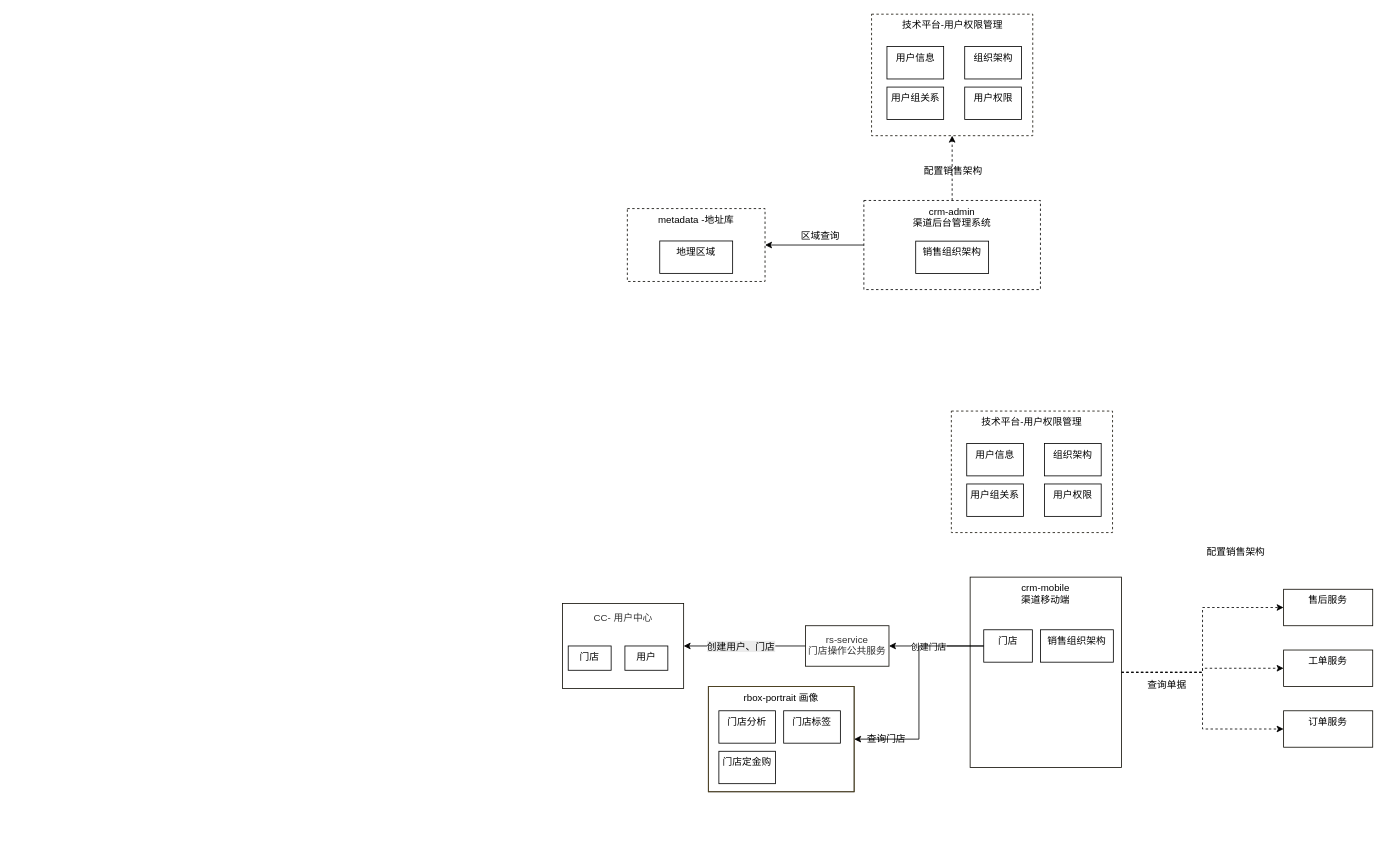
Before: 未命名绘图.drawio in shixiaoding/draw, a draw.io diagram. Source tidied: cells renumbered, new cells numbered last; positions are measured from the earlier drawing's top-left corner, leaving out a move shared by most shapes. Both pictures are drawn from the tidied source at 81%, with x=0, y=0 at pixel (562, 14).
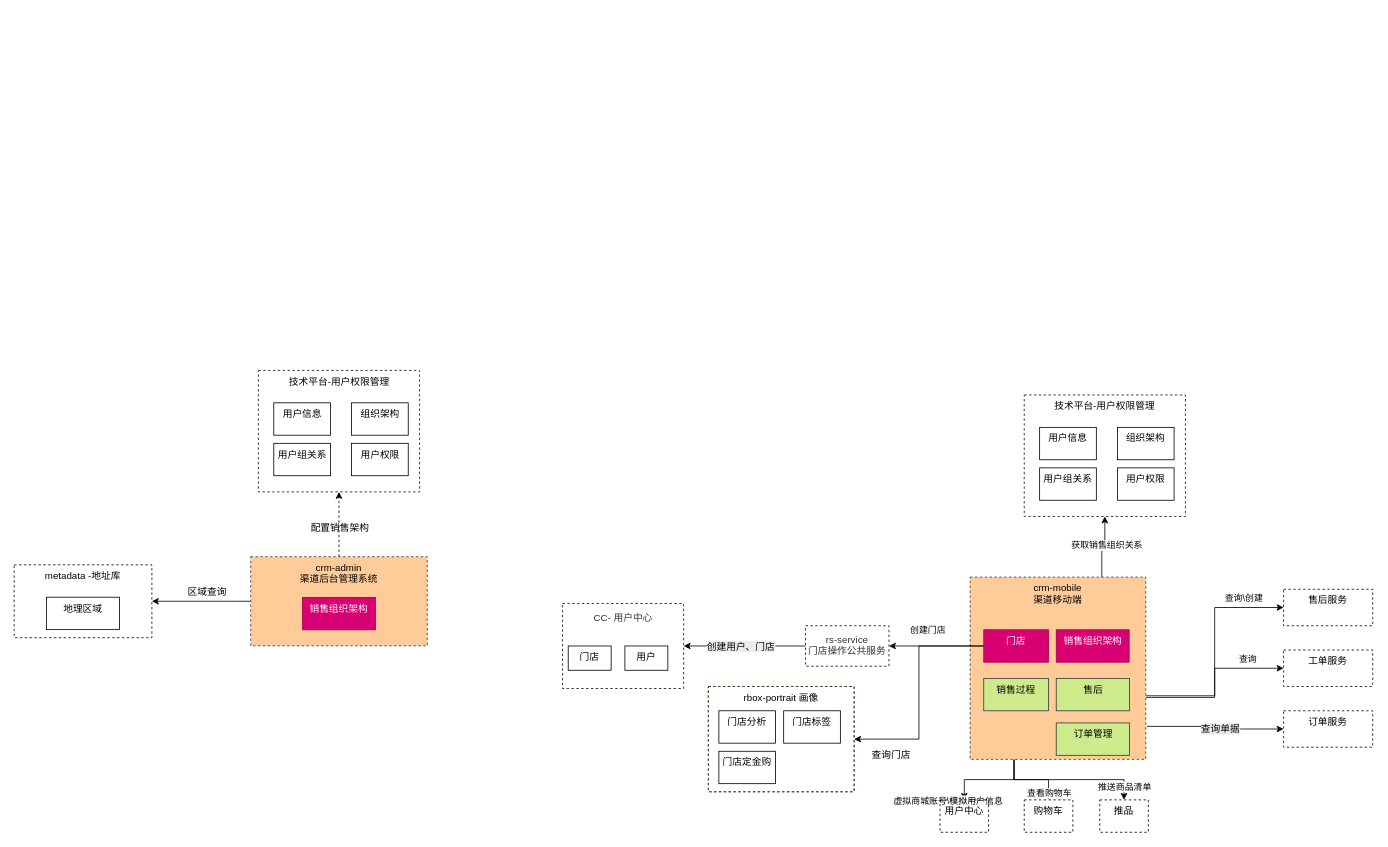
After the change.

Commit message (it also covers changes not shown here):
更新未命名绘图.drawio

Unchanged cells that the change refers to:
```xml
<mxCell id="34" style="edgeStyle=orthogonalEdgeStyle;rounded=0;jettySize=auto;html=1;" parent="1" edge="1" source="37" target="24">
  <mxGeometry relative="1" as="geometry" />
</mxCell>
<mxCell id="44" value="技术平台-用户权限管理" style="rounded=0;whiteSpace=wrap;html=1;labelBackgroundColor=none;fillColor=none;strokeColor=#171309;verticalAlign=top;dashed=1;align=center;fontFamily=Helvetica;fontSize=12;fontColor=default;gradientColor=none;" parent="43" vertex="1">
  <mxGeometry width="199" height="150" as="geometry" />
</mxCell>
```

Change to the diagram source:
```diff
@@
-    <mxCell id="6" value="crm-admin &lt;br&gt;渠道后台管理系统" style="rounded=0;whiteSpace=wrap;html=1;labelBackgroundColor=none;fillColor=none;strokeColor=default;align=center;verticalAlign=top;fontFamily=Helvetica;fontSize=12;fontColor=default;dashed=1;gradientColor=none;" parent="1" vertex="1">
-      <mxGeometry x="372" y="230" width="218" height="110" as="geometry" />
+    <mxCell id="6" value="crm-admin &lt;br&gt;渠道后台管理系统" style="rounded=0;whiteSpace=wrap;html=1;labelBackgroundColor=none;fillColor=#ffcc99;strokeColor=#36393d;align=center;verticalAlign=top;fontFamily=Helvetica;fontSize=12;dashed=1;" parent="1" vertex="1">
+      <mxGeometry x="-385" y="669.8" width="218" height="110" as="geometry" />
     </mxCell>
     <mxCell id="7" style="group;align=center;verticalAlign=top;fontFamily=Helvetica;fontSize=12;fontColor=default;fillColor=none;gradientColor=none;" parent="1" vertex="1">
-      <mxGeometry x="381.5" width="199" height="150" as="geometry" />
+      <mxGeometry x="-375.5" y="439.8" width="199" height="150" as="geometry" />
     </mxCell>
@@
-    <mxCell id="13" value="销售组织架构" style="rounded=0;whiteSpace=wrap;html=1;align=center;verticalAlign=top;fontFamily=Helvetica;fontSize=12;fontColor=default;fillColor=none;gradientColor=none;" parent="1" vertex="1">
-      <mxGeometry x="436" y="280.2" width="90" height="40" as="geometry" />
+    <mxCell id="13" value="销售组织架构" style="rounded=0;whiteSpace=wrap;html=1;align=center;verticalAlign=top;fontFamily=Helvetica;fontSize=12;fontColor=#ffffff;fillColor=#d80073;strokeColor=#A50040;" parent="1" vertex="1">
+      <mxGeometry x="-321" y="720" width="90" height="40" as="geometry" />
     </mxCell>
     <mxCell id="14" style="group;align=center;verticalAlign=top;fontFamily=Helvetica;fontSize=12;fontColor=default;fillColor=none;gradientColor=none;" parent="1" vertex="1">
-      <mxGeometry x="80" y="240" width="170" height="90" as="geometry" />
+      <mxGeometry x="-677" y="679.8" width="170" height="90" as="geometry" />
     </mxCell>
@@
-    <mxCell id="17" style="edgeStyle=orthogonalEdgeStyle;rounded=0;jettySize=auto;html=1;entryX=0;entryY=0.5;entryDx=0;entryDy=0;strokeColor=#000000;align=center;verticalAlign=top;fontFamily=Helvetica;fontSize=12;fontColor=default;labelBackgroundColor=none;endArrow=classic;fillColor=none;gradientColor=none;dashed=1;" parent="1" edge="1" source="21" target="26">
+    <mxCell id="17" style="edgeStyle=orthogonalEdgeStyle;rounded=0;jettySize=auto;html=1;entryX=0;entryY=0.5;entryDx=0;entryDy=0;strokeColor=#000000;align=center;verticalAlign=top;fontFamily=Helvetica;fontSize=12;fontColor=default;labelBackgroundColor=none;endArrow=classic;fillColor=none;gradientColor=none;exitX=1.002;exitY=0.66;exitDx=0;exitDy=0;exitPerimeter=0;" parent="1" edge="1" source="21" target="26">
       <mxGeometry relative="1" as="geometry" />
     </mxCell>
+    <mxCell id="49" value="查询\创建" style="edgeLabel;html=1;align=center;verticalAlign=middle;" parent="17" vertex="1">
+      <mxGeometry x="0.43" y="4" relative="1" as="geometry">
+        <mxPoint x="30" y="-8" as="offset" />
+      </mxGeometry>
+    </mxCell>
-    <mxCell id="18" style="edgeStyle=orthogonalEdgeStyle;rounded=0;jettySize=auto;html=1;strokeColor=#000000;align=center;verticalAlign=top;fontFamily=Helvetica;fontSize=12;fontColor=default;labelBackgroundColor=none;endArrow=classic;fillColor=none;gradientColor=none;dashed=1;" parent="1" edge="1" source="21" target="27">
+    <mxCell id="18" style="edgeStyle=orthogonalEdgeStyle;rounded=0;jettySize=auto;html=1;strokeColor=#000000;align=center;verticalAlign=top;fontFamily=Helvetica;fontSize=12;fontColor=default;labelBackgroundColor=none;endArrow=classic;fillColor=none;gradientColor=none;exitX=1.002;exitY=0.651;exitDx=0;exitDy=0;exitPerimeter=0;" parent="1" edge="1" source="21" target="27">
       <mxGeometry relative="1" as="geometry" />
     </mxCell>
+    <mxCell id="50" value="查询" style="edgeLabel;html=1;align=center;verticalAlign=middle;" parent="18" vertex="1">
+      <mxGeometry x="0.56" y="-3" relative="1" as="geometry">
+        <mxPoint y="-15" as="offset" />
+      </mxGeometry>
+    </mxCell>
-    <mxCell id="19" style="edgeStyle=orthogonalEdgeStyle;rounded=0;jettySize=auto;html=1;entryX=0;entryY=0.5;entryDx=0;entryDy=0;strokeColor=#000000;align=center;verticalAlign=top;fontFamily=Helvetica;fontSize=12;fontColor=default;labelBackgroundColor=none;endArrow=classic;fillColor=none;gradientColor=none;dashed=1;" parent="1" edge="1" source="21" target="28">
+    <mxCell id="19" style="edgeStyle=orthogonalEdgeStyle;rounded=0;jettySize=auto;html=1;entryX=0;entryY=0.5;entryDx=0;entryDy=0;strokeColor=#000000;align=center;verticalAlign=top;fontFamily=Helvetica;fontSize=12;fontColor=default;labelBackgroundColor=none;endArrow=classic;fillColor=none;gradientColor=none;exitX=1.007;exitY=0.819;exitDx=0;exitDy=0;exitPerimeter=0;" parent="1" edge="1" source="21" target="28">
       <mxGeometry relative="1" as="geometry" />
     </mxCell>
-    <mxCell id="20" value="查询单据" style="edgeLabel;html=1;align=center;verticalAlign=top;rounded=0;strokeColor=#000000;fontFamily=Helvetica;fontSize=12;fontColor=default;labelBackgroundColor=none;fillColor=none;gradientColor=none;dashed=1;" parent="19" vertex="1">
+    <mxCell id="20" style="edgeLabel;html=1;align=center;verticalAlign=top;rounded=0;strokeColor=#000000;fontFamily=Helvetica;fontSize=12;fontColor=default;labelBackgroundColor=none;fillColor=none;gradientColor=none;dashed=1;" parent="19" vertex="1">
       <mxGeometry x="-0.59" y="-1" relative="1" as="geometry">
-        <mxPoint y="1" as="offset" />
+        <mxPoint x="66" y="7" as="offset" />
       </mxGeometry>
     </mxCell>
+    <mxCell id="51" value="&lt;span style=&quot;font-size: 12px; background-color: rgb(236, 236, 236);&quot;&gt;查询单据&lt;/span&gt;" style="edgeLabel;html=1;align=center;verticalAlign=middle;" parent="19" vertex="1">
+      <mxGeometry x="0.08" relative="1" as="geometry" />
+    </mxCell>
+    <mxCell id="52" style="edgeStyle=orthogonalEdgeStyle;rounded=0;jettySize=auto;html=1;exitX=0.75;exitY=0;exitDx=0;exitDy=0;entryX=0.5;entryY=1;entryDx=0;entryDy=0;" parent="1" edge="1" source="21" target="44">
+      <mxGeometry relative="1" as="geometry" />
+    </mxCell>
+    <mxCell id="53" value="获取销售组织关系" style="edgeLabel;html=1;align=center;verticalAlign=middle;" parent="52" vertex="1">
+      <mxGeometry x="0.1" y="-2" relative="1" as="geometry" />
+    </mxCell>
+    <mxCell id="54" style="edgeStyle=orthogonalEdgeStyle;rounded=0;jettySize=auto;html=1;exitX=0.25;exitY=1;exitDx=0;exitDy=0;entryX=0.5;entryY=0;entryDx=0;entryDy=0;" parent="1" edge="1" source="21" target="64">
+      <mxGeometry relative="1" as="geometry" />
+    </mxCell>
+    <mxCell id="55" value="虚拟商城账号\模拟用户信息" style="edgeLabel;html=1;align=center;verticalAlign=middle;" parent="54" vertex="1">
+      <mxGeometry x="-0.27" y="1" relative="1" as="geometry">
+        <mxPoint x="-66" y="24" as="offset" />
+      </mxGeometry>
+    </mxCell>
+    <mxCell id="56" style="edgeStyle=orthogonalEdgeStyle;rounded=0;jettySize=auto;html=1;exitX=0.25;exitY=1;exitDx=0;exitDy=0;entryX=0.5;entryY=0;entryDx=0;entryDy=0;" parent="1" edge="1" source="21" target="61">
+      <mxGeometry relative="1" as="geometry" />
+    </mxCell>
+    <mxCell id="57" value="查看购物车" style="edgeLabel;html=1;align=center;verticalAlign=middle;" parent="56" vertex="1">
+      <mxGeometry x="0.57" y="-3" relative="1" as="geometry">
+        <mxPoint x="3" y="11" as="offset" />
+      </mxGeometry>
+    </mxCell>
+    <mxCell id="58" style="edgeStyle=orthogonalEdgeStyle;rounded=0;jettySize=auto;html=1;exitX=0.25;exitY=1;exitDx=0;exitDy=0;" parent="1" edge="1" source="21" target="62">
+      <mxGeometry relative="1" as="geometry" />
+    </mxCell>
+    <mxCell id="59" value="推送商品清单" style="edgeLabel;html=1;align=center;verticalAlign=middle;" parent="58" vertex="1">
+      <mxGeometry x="0.82" relative="1" as="geometry" />
+    </mxCell>
-    <mxCell id="21" value="crm-mobile&lt;br&gt;渠道移动端" style="rounded=0;whiteSpace=wrap;html=1;labelBackgroundColor=none;fillColor=none;strokeColor=#0F0D06;align=center;verticalAlign=top;fontFamily=Helvetica;fontSize=12;fontColor=default;gradientColor=none;" parent="1" vertex="1">
-      <mxGeometry x="503.2" y="695" width="186.8" height="235" as="geometry" />
+    <mxCell id="21" value="crm-mobile&lt;br&gt;渠道移动端" style="rounded=0;whiteSpace=wrap;html=1;labelBackgroundColor=none;align=center;verticalAlign=top;fontFamily=Helvetica;fontSize=12;dashed=1;fillColor=#ffcc99;strokeColor=#36393d;" parent="1" vertex="1">
+      <mxGeometry x="503.2" y="695" width="216.8" height="225" as="geometry" />
     </mxCell>
@@
-    <mxCell id="24" value="&lt;div style=&quot;&quot;&gt;&lt;/div&gt;&lt;div style=&quot;&quot; class=&quot;document&quot;&gt;&lt;div class=&quot;section&quot;&gt;&lt;p style=&quot;margin: 3pt 0pt; font-family: 等线;&quot; class=&quot;paragraph text-align-type-left&quot;&gt;&lt;font color=&quot;#333333&quot;&gt;&lt;span&gt;rs-service &lt;br&gt;门店操作公共服务&lt;/span&gt;&lt;/font&gt;&lt;/p&gt;&lt;/div&gt;&lt;/div&gt;" style="rounded=0;whiteSpace=wrap;html=1;labelBackgroundColor=none;fillColor=none;strokeColor=#0F0D06;fontSize=12;align=center;verticalAlign=top;fontFamily=Helvetica;fontColor=default;gradientColor=none;" parent="1" vertex="1">
+    <mxCell id="24" value="&lt;div style=&quot;&quot;&gt;&lt;/div&gt;&lt;div style=&quot;&quot; class=&quot;document&quot;&gt;&lt;div class=&quot;section&quot;&gt;&lt;p style=&quot;margin: 3pt 0pt; font-family: 等线;&quot; class=&quot;paragraph text-align-type-left&quot;&gt;&lt;font color=&quot;#333333&quot;&gt;&lt;span&gt;rs-service &lt;br&gt;门店操作公共服务&lt;/span&gt;&lt;/font&gt;&lt;/p&gt;&lt;/div&gt;&lt;/div&gt;" style="rounded=0;whiteSpace=wrap;html=1;labelBackgroundColor=none;fillColor=none;strokeColor=#0F0D06;fontSize=12;align=center;verticalAlign=top;fontFamily=Helvetica;fontColor=default;gradientColor=none;dashed=1;" parent="1" vertex="1">
       <mxGeometry x="300" y="755" width="103" height="50" as="geometry" />
     </mxCell>
-    <mxCell id="25" value="&lt;div style=&quot;&quot;&gt;&lt;/div&gt;&lt;div style=&quot;&quot; class=&quot;document&quot;&gt;&lt;div class=&quot;section&quot;&gt;&lt;p style=&quot;margin: 3pt 0pt; font-family: 等线;&quot; class=&quot;paragraph text-align-type-left&quot;&gt;&lt;font color=&quot;#333333&quot;&gt;&lt;span&gt;CC-&amp;nbsp;&lt;/span&gt;&lt;/font&gt;&lt;span style=&quot;color: light-dark(rgb(51, 51, 51), rgb(193, 193, 193)); background-color: transparent;&quot;&gt;用户中心&lt;/span&gt;&lt;/p&gt;&lt;/div&gt;&lt;/div&gt;" style="rounded=0;whiteSpace=wrap;html=1;labelBackgroundColor=none;fillColor=none;strokeColor=#0F0D06;fontSize=12;align=center;verticalAlign=top;fontFamily=Helvetica;fontColor=default;gradientColor=none;" parent="1" vertex="1">
+    <mxCell id="25" value="&lt;div style=&quot;&quot;&gt;&lt;/div&gt;&lt;div style=&quot;&quot; class=&quot;document&quot;&gt;&lt;div class=&quot;section&quot;&gt;&lt;p style=&quot;margin: 3pt 0pt; font-family: 等线;&quot; class=&quot;paragraph text-align-type-left&quot;&gt;&lt;font color=&quot;#333333&quot;&gt;&lt;span&gt;CC-&amp;nbsp;&lt;/span&gt;&lt;/font&gt;&lt;span style=&quot;color: light-dark(rgb(51, 51, 51), rgb(193, 193, 193)); background-color: transparent;&quot;&gt;用户中心&lt;/span&gt;&lt;/p&gt;&lt;/div&gt;&lt;/div&gt;" style="rounded=0;whiteSpace=wrap;html=1;labelBackgroundColor=none;fillColor=none;strokeColor=#0F0D06;fontSize=12;align=center;verticalAlign=top;fontFamily=Helvetica;fontColor=default;gradientColor=none;dashed=1;" parent="1" vertex="1">
       <mxGeometry y="727.5" width="149.5" height="105" as="geometry" />
     </mxCell>
-    <mxCell id="26" value="售后服务" style="rounded=0;whiteSpace=wrap;html=1;labelBackgroundColor=none;fillColor=none;strokeColor=#0F0D06;align=center;verticalAlign=top;fontFamily=Helvetica;fontSize=12;fontColor=default;gradientColor=none;" parent="1" vertex="1">
+    <mxCell id="26" value="售后服务" style="rounded=0;whiteSpace=wrap;html=1;labelBackgroundColor=none;fillColor=none;strokeColor=#0F0D06;align=center;verticalAlign=top;fontFamily=Helvetica;fontSize=12;fontColor=default;gradientColor=none;dashed=1;" parent="1" vertex="1">
       <mxGeometry x="890.2" y="710" width="110" height="45" as="geometry" />
     </mxCell>
-    <mxCell id="27" value="工单服务" style="rounded=0;whiteSpace=wrap;html=1;labelBackgroundColor=none;fillColor=none;strokeColor=#0F0D06;align=center;verticalAlign=top;fontFamily=Helvetica;fontSize=12;fontColor=default;gradientColor=none;" parent="1" vertex="1">
+    <mxCell id="27" value="工单服务" style="rounded=0;whiteSpace=wrap;html=1;labelBackgroundColor=none;fillColor=none;strokeColor=#0F0D06;align=center;verticalAlign=top;fontFamily=Helvetica;fontSize=12;fontColor=default;gradientColor=none;dashed=1;" parent="1" vertex="1">
       <mxGeometry x="890.2" y="785" width="110" height="45" as="geometry" />
     </mxCell>
-    <mxCell id="28" value="订单服务" style="rounded=0;whiteSpace=wrap;html=1;labelBackgroundColor=none;fillColor=none;strokeColor=#0F0D06;align=center;verticalAlign=top;fontFamily=Helvetica;fontSize=12;fontColor=default;gradientColor=none;" parent="1" vertex="1">
+    <mxCell id="28" value="订单服务" style="rounded=0;whiteSpace=wrap;html=1;labelBackgroundColor=none;fillColor=none;strokeColor=#0F0D06;align=center;verticalAlign=top;fontFamily=Helvetica;fontSize=12;fontColor=default;gradientColor=none;dashed=1;" parent="1" vertex="1">
       <mxGeometry x="890.2" y="860" width="110" height="45" as="geometry" />
     </mxCell>
-    <mxCell id="29" style="group;align=center;verticalAlign=top;fontFamily=Helvetica;fontSize=12;fontColor=default;fillColor=none;gradientColor=none;strokeColor=#0F0D06;" parent="1" vertex="1">
+    <mxCell id="29" style="group;align=center;verticalAlign=top;fontFamily=Helvetica;fontSize=12;fontColor=default;fillColor=none;gradientColor=none;strokeColor=#0F0D06;dashed=1;" parent="1" vertex="1">
       <mxGeometry x="180" y="830" width="180" height="130" as="geometry" />
     </mxCell>
-    <mxCell id="30" value="rbox-portrait 画像" style="rounded=0;whiteSpace=wrap;html=1;labelBackgroundColor=none;fillColor=none;strokeColor=#524521;align=center;verticalAlign=top;fontFamily=Helvetica;fontSize=12;fontColor=default;gradientColor=none;" parent="29" vertex="1">
+    <mxCell id="30" value="rbox-portrait 画像" style="rounded=0;whiteSpace=wrap;html=1;labelBackgroundColor=none;fillColor=none;strokeColor=#524521;align=center;verticalAlign=top;fontFamily=Helvetica;fontSize=12;fontColor=default;gradientColor=none;dashed=1;" parent="29" vertex="1">
       <mxGeometry width="180" height="130" as="geometry" />
     </mxCell>
@@
     <mxCell id="35" value="创建门店" style="edgeLabel;html=1;align=center;verticalAlign=middle;" parent="34" vertex="1">
-      <mxGeometry x="0.18" y="1" relative="1" as="geometry" />
+      <mxGeometry x="0.18" y="1" relative="1" as="geometry">
+        <mxPoint x="-1" y="-21" as="offset" />
+      </mxGeometry>
     </mxCell>
@@
-    <mxCell id="37" value="门店" style="rounded=0;whiteSpace=wrap;html=1;align=center;verticalAlign=top;fontFamily=Helvetica;fontSize=12;fontColor=default;fillColor=none;gradientColor=none;" parent="1" vertex="1">
-      <mxGeometry x="520" y="760" width="60" height="40" as="geometry" />
+    <mxCell id="37" value="门店" style="rounded=0;whiteSpace=wrap;html=1;align=center;verticalAlign=top;fontFamily=Helvetica;fontSize=12;fontColor=#ffffff;fillColor=#d80073;strokeColor=#A50040;" parent="1" vertex="1">
+      <mxGeometry x="520" y="760" width="80" height="40" as="geometry" />
     </mxCell>
-    <mxCell id="38" value="销售组织架构" style="rounded=0;whiteSpace=wrap;html=1;align=center;verticalAlign=top;fontFamily=Helvetica;fontSize=12;fontColor=default;fillColor=none;gradientColor=none;" parent="1" vertex="1">
-      <mxGeometry x="590" y="760" width="90" height="40" as="geometry" />
+    <mxCell id="38" value="销售组织架构" style="rounded=0;whiteSpace=wrap;html=1;align=center;verticalAlign=top;fontFamily=Helvetica;fontSize=12;fontColor=#ffffff;fillColor=#d80073;strokeColor=#A50040;" parent="1" vertex="1">
+      <mxGeometry x="609.5" y="760" width="90" height="40" as="geometry" />
     </mxCell>
     <mxCell id="39" value="查询门店" style="text;html=1;align=center;verticalAlign=middle;whiteSpace=wrap;rounded=0;" parent="1" vertex="1">
-      <mxGeometry x="370" y="880" width="60" height="30" as="geometry" />
+      <mxGeometry x="376" y="900" width="60" height="30" as="geometry" />
     </mxCell>
@@
-    <mxCell id="42" value="配置销售架构" style="edgeLabel;html=1;align=center;verticalAlign=top;rounded=0;strokeColor=#EBC75E;fontFamily=Helvetica;fontSize=12;fontColor=default;labelBackgroundColor=none;fillColor=none;gradientColor=none;" parent="1" vertex="1">
-      <mxGeometry x="830" y="650" as="geometry" />
-    </mxCell>
     <mxCell id="43" style="group;align=center;verticalAlign=top;fontFamily=Helvetica;fontSize=12;fontColor=default;fillColor=none;gradientColor=none;" parent="1" vertex="1">
-      <mxGeometry x="480" y="490" width="199" height="150" as="geometry" />
+      <mxGeometry x="570" y="470.1" width="199" height="150" as="geometry" />
     </mxCell>
@@
+    <mxCell id="60" value="销售过程" style="rounded=0;whiteSpace=wrap;html=1;align=center;verticalAlign=top;fontFamily=Helvetica;fontSize=12;fillColor=#cdeb8b;strokeColor=#36393d;" parent="1" vertex="1">
+      <mxGeometry x="520" y="820" width="80" height="40" as="geometry" />
+    </mxCell>
+    <mxCell id="61" value="购物车" style="rounded=0;whiteSpace=wrap;html=1;align=center;verticalAlign=top;fontFamily=Helvetica;fontSize=12;fontColor=default;fillColor=none;gradientColor=none;dashed=1;" parent="1" vertex="1">
+      <mxGeometry x="570" y="970" width="60" height="40" as="geometry" />
+    </mxCell>
+    <mxCell id="62" value="推品" style="rounded=0;whiteSpace=wrap;html=1;align=center;verticalAlign=top;fontFamily=Helvetica;fontSize=12;fontColor=default;fillColor=none;gradientColor=none;dashed=1;" parent="1" vertex="1">
+      <mxGeometry x="663.2" y="970" width="60" height="40" as="geometry" />
+    </mxCell>
+    <mxCell id="63" value="售后" style="rounded=0;whiteSpace=wrap;html=1;align=center;verticalAlign=top;fontFamily=Helvetica;fontSize=12;fillColor=#cdeb8b;strokeColor=#36393d;" parent="1" vertex="1">
+      <mxGeometry x="609.5" y="820" width="90.5" height="40" as="geometry" />
+    </mxCell>
+    <mxCell id="64" value="用户中心" style="rounded=0;whiteSpace=wrap;html=1;align=center;verticalAlign=top;fontFamily=Helvetica;fontSize=12;fontColor=default;fillColor=none;gradientColor=none;dashed=1;" parent="1" vertex="1">
+      <mxGeometry x="466" y="970" width="60" height="40" as="geometry" />
+    </mxCell>
+    <mxCell id="65" value="订单管理" style="rounded=0;whiteSpace=wrap;html=1;align=center;verticalAlign=top;fontFamily=Helvetica;fontSize=12;fillColor=#cdeb8b;strokeColor=#36393d;" parent="1" vertex="1">
+      <mxGeometry x="609.5" y="875" width="90.5" height="40" as="geometry" />
+    </mxCell>
```
